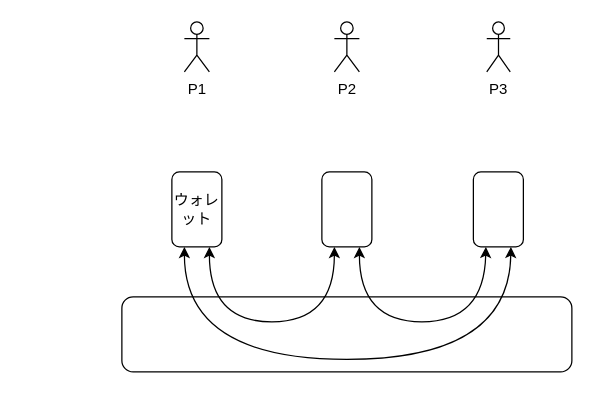
Above: 名称未設定ファイル.drawio in ukiwa-hara/mpc-tss-trial (draw.io), before the change. Source tidied: cells renumbered, new cells numbered last; positions are measured from the earlier drawing's top-left corner, leaving out a move shared by most shapes. Both pictures are drawn from the tidied source at 125%, with x=0, y=0 at pixel (121, 21).
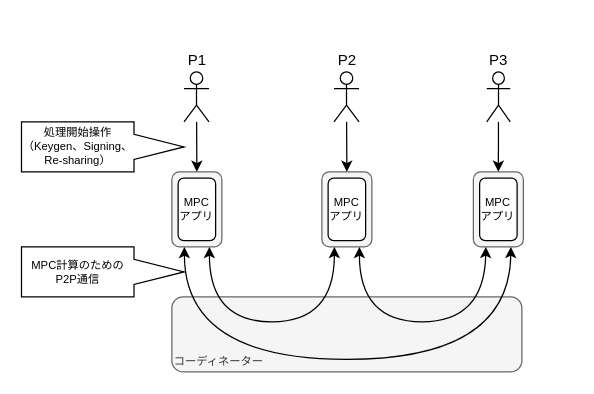
The same page after the edit.

Commit message (it also covers changes not shown here):
名称未設定ファイル.drawio を更新します

Diff of the diagram source:
```diff
@@
-    <mxCell id="2" style="rounded=1;whiteSpace=wrap;html=1;" parent="1" vertex="1">
-      <mxGeometry y="220" width="360" height="60" as="geometry" />
+    <mxCell id="2" value="コーディネーター" style="rounded=1;whiteSpace=wrap;html=1;align=left;verticalAlign=bottom;fontSize=9;fillColor=#f5f5f5;fontColor=#333333;strokeColor=#666666;" parent="1" vertex="1">
+      <mxGeometry x="40" y="220" width="280" height="60" as="geometry" />
     </mxCell>
-    <mxCell id="3" value="P1" style="shape=umlActor;verticalLabelPosition=bottom;verticalAlign=top;html=1;outlineConnect=0;" parent="1" vertex="1">
-      <mxGeometry x="50" width="20" height="40" as="geometry" />
+    <mxCell id="3" value="P1" style="shape=umlActor;verticalLabelPosition=top;verticalAlign=bottom;html=1;outlineConnect=0;labelPosition=center;align=center;" parent="1" vertex="1">
+      <mxGeometry x="49.7" y="40" width="20" height="40" as="geometry" />
     </mxCell>
-    <mxCell id="4" value="P2" style="shape=umlActor;verticalLabelPosition=bottom;verticalAlign=top;html=1;outlineConnect=0;" parent="1" vertex="1">
-      <mxGeometry x="170" width="20" height="40" as="geometry" />
+    <mxCell id="4" value="P2" style="shape=umlActor;verticalLabelPosition=top;verticalAlign=bottom;html=1;outlineConnect=0;labelPosition=center;align=center;" parent="1" vertex="1">
+      <mxGeometry x="169.7" y="40" width="20" height="40" as="geometry" />
     </mxCell>
-    <mxCell id="5" value="P3" style="shape=umlActor;verticalLabelPosition=bottom;verticalAlign=top;html=1;outlineConnect=0;" parent="1" vertex="1">
-      <mxGeometry x="291.9" width="18.8" height="40" as="geometry" />
+    <mxCell id="5" value="P3" style="shape=umlActor;verticalLabelPosition=top;verticalAlign=bottom;html=1;outlineConnect=0;labelPosition=center;align=center;" parent="1" vertex="1">
+      <mxGeometry x="291.9" y="40" width="18.8" height="40" as="geometry" />
     </mxCell>
-    <mxCell id="6" value="ウォレット" style="rounded=1;whiteSpace=wrap;html=1;" parent="1" vertex="1">
+    <mxCell id="6" style="rounded=1;html=1;labelBackgroundColor=none;whiteSpace=wrap;strokeWidth=1;fillColor=#f5f5f5;fontColor=#333333;strokeColor=#666666;" parent="1" vertex="1">
       <mxGeometry x="40" y="120" width="40" height="60" as="geometry" />
     </mxCell>
-    <mxCell id="7" style="rounded=1;whiteSpace=wrap;html=1;" parent="1" vertex="1">
+    <mxCell id="7" style="rounded=1;whiteSpace=wrap;html=1;fillColor=#f5f5f5;fontColor=#333333;strokeColor=#666666;" parent="1" vertex="1">
       <mxGeometry x="160" y="120" width="40" height="60" as="geometry" />
     </mxCell>
-    <mxCell id="8" style="rounded=1;whiteSpace=wrap;html=1;" parent="1" vertex="1">
+    <mxCell id="8" style="rounded=1;whiteSpace=wrap;html=1;fillColor=#f5f5f5;fontColor=#333333;strokeColor=#666666;" parent="1" vertex="1">
       <mxGeometry x="281.2" y="120" width="40" height="60" as="geometry" />
     </mxCell>
@@
+    <mxCell id="12" value="MPCアプリ" style="rounded=1;html=1;labelBackgroundColor=none;whiteSpace=wrap;strokeWidth=1;fillColor=default;fontSize=9;" parent="1" vertex="1">
+      <mxGeometry x="45" y="125" width="30" height="50" as="geometry" />
+    </mxCell>
+    <mxCell id="13" value="MPCアプリ" style="rounded=1;html=1;labelBackgroundColor=none;whiteSpace=wrap;strokeWidth=1;fillColor=default;fontSize=9;" parent="1" vertex="1">
+      <mxGeometry x="165" y="125" width="30" height="50" as="geometry" />
+    </mxCell>
+    <mxCell id="14" value="MPCアプリ" style="rounded=1;html=1;labelBackgroundColor=none;whiteSpace=wrap;strokeWidth=1;fillColor=default;fontSize=9;" parent="1" vertex="1">
+      <mxGeometry x="286.2" y="125" width="30" height="50" as="geometry" />
+    </mxCell>
+    <mxCell id="15" style="endArrow=classic;html=1;rounded=0;entryX=0.5;entryY=0;entryDx=0;entryDy=0;" parent="1" edge="1" source="3" target="6">
+      <mxGeometry relative="1" as="geometry" />
+    </mxCell>
+    <mxCell id="16" style="endArrow=classic;html=1;rounded=0;entryX=0.5;entryY=0;entryDx=0;entryDy=0;" parent="1" edge="1" source="4" target="7">
+      <mxGeometry relative="1" as="geometry" />
+    </mxCell>
+    <mxCell id="17" style="endArrow=classic;html=1;rounded=0;entryX=0.5;entryY=0;entryDx=0;entryDy=0;" parent="1" edge="1" source="5" target="8">
+      <mxGeometry relative="1" as="geometry" />
+    </mxCell>
+    <mxCell id="18" value="処理開始操作（Keygen、&lt;span style=&quot;background-color: transparent; color: light-dark(rgb(0, 0, 0), rgb(255, 255, 255));&quot;&gt;Signing、&lt;/span&gt;&lt;span style=&quot;background-color: transparent; color: light-dark(rgb(0, 0, 0), rgb(255, 255, 255));&quot;&gt;Re-sharing）&lt;/span&gt;" style="shape=callout;whiteSpace=wrap;html=1;perimeter=calloutPerimeter;fontSize=9;position2=0.5;base=20;rotation=0;horizontal=1;size=40;position=0.25;direction=north;" parent="1" vertex="1">
+      <mxGeometry x="-80.3" y="80" width="130" height="40" as="geometry" />
+    </mxCell>
+    <mxCell id="19" value="MPC計算のためのP2P通信" style="shape=callout;whiteSpace=wrap;html=1;perimeter=calloutPerimeter;fontSize=9;position2=0.5;base=20;rotation=0;horizontal=1;size=40;position=0.25;direction=north;" parent="1" vertex="1">
+      <mxGeometry x="-80.3" y="180" width="130" height="40" as="geometry" />
+    </mxCell>
```
